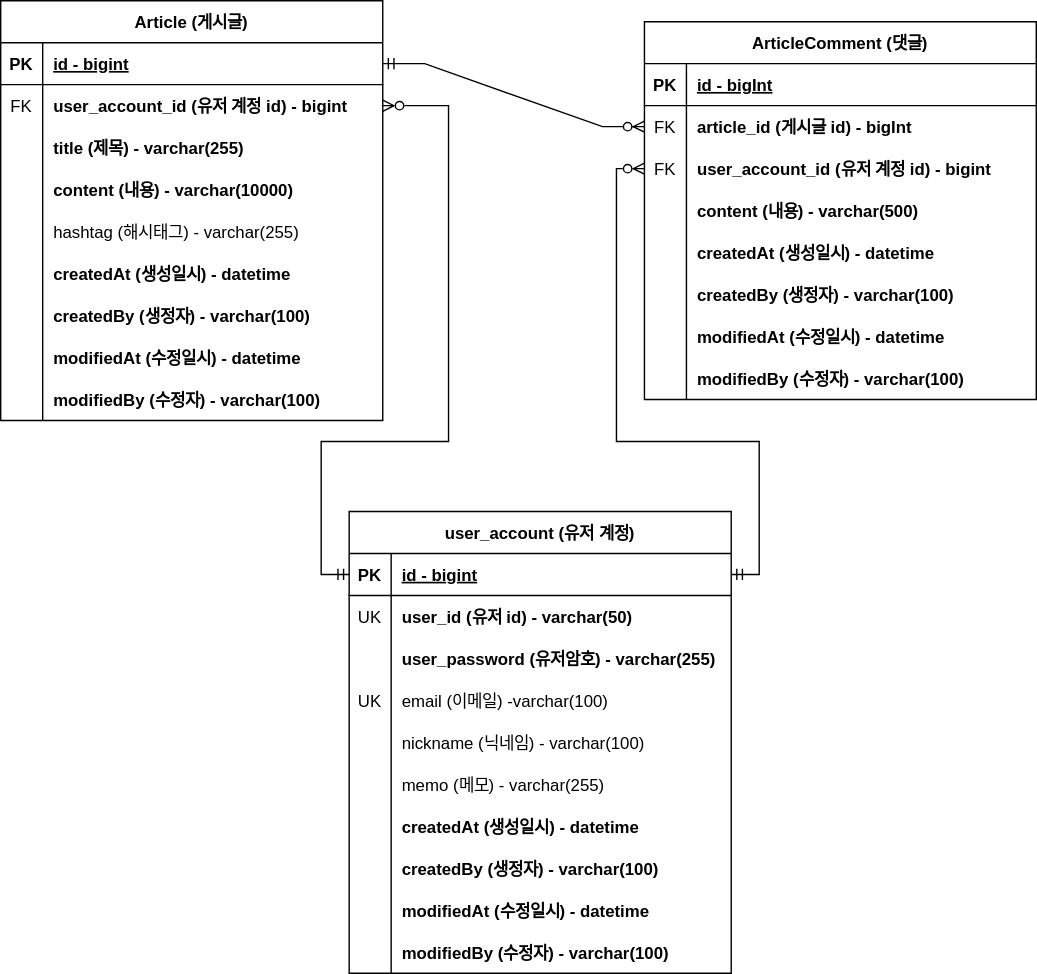
Earlier version of the draw.io export document/project-board-erd.svg (k1064190/fastcampus-project-board). Source tidied: cells renumbered, new cells last; positions are measured from the earlier drawing's top-left corner, leaving out a move shared by most shapes.
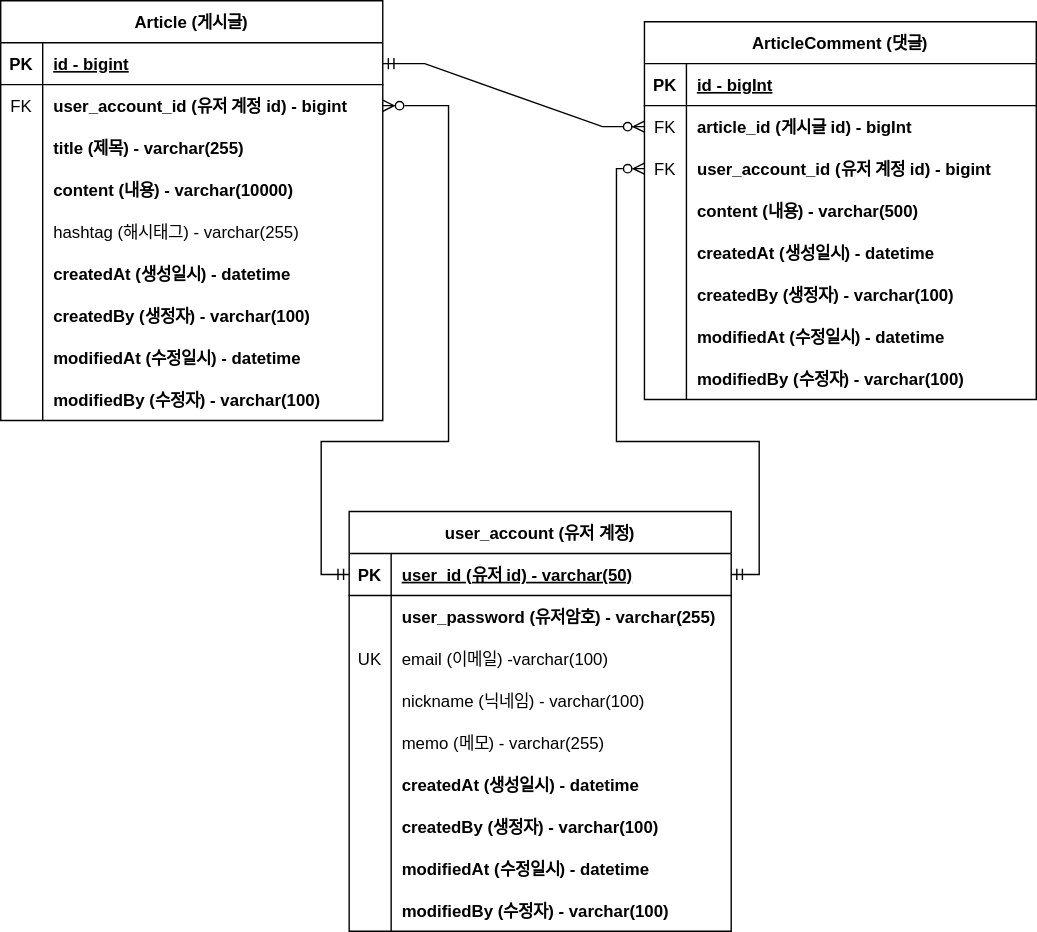
The same file after the commit.

Diff of the diagram source:
```diff
@@ -165,7 +165,7 @@
       <mxGeometry relative="1" as="geometry" />
     </mxCell>
     <mxCell id="56" value="user_account (유저 계정)" style="shape=table;startSize=30;rowLines=0;fontStyle=1;align=center;" parent="1" vertex="1">
-      <mxGeometry x="249" y="365" width="273" height="330" as="geometry" />
+      <mxGeometry x="249" y="365" width="273" height="300" as="geometry" />
     </mxCell>
     <mxCell id="57" style="shape=tableRow;horizontal=0;startSize=0;swimlaneHead=0;swimlaneBody=0;fillColor=none;points=[[0,0.5],[1,0.5]];portConstraint=eastwest;top=0;left=0;right=0;bottom=1;" parent="56" vertex="1">
       <mxGeometry y="30" width="273" height="30" as="geometry" />
@@ -173,20 +173,11 @@
     <mxCell id="58" value="PK" style="shape=partialRectangle;fillColor=none;top=0;left=0;bottom=0;right=0;fontStyle=1;overflow=hidden;" parent="57" vertex="1">
       <mxGeometry width="30" height="30" as="geometry" />
     </mxCell>
-    <mxCell id="59" value="id - bigint" style="shape=partialRectangle;fillColor=none;top=0;left=0;bottom=0;right=0;align=left;spacingLeft=6;fontStyle=5;overflow=hidden;" parent="57" vertex="1">
+    <mxCell id="59" value="user_id (유저 id) - varchar(50)" style="shape=partialRectangle;fillColor=none;top=0;left=0;bottom=0;right=0;align=left;spacingLeft=6;fontStyle=5;overflow=hidden;" parent="57" vertex="1">
       <mxGeometry x="30" width="243" height="30" as="geometry" />
     </mxCell>
-    <mxCell id="60" style="shape=tableRow;horizontal=0;startSize=0;swimlaneHead=0;swimlaneBody=0;fillColor=none;top=0;left=0;right=0;bottom=0;" parent="56" vertex="1">
-      <mxGeometry y="60" width="273" height="30" as="geometry" />
-    </mxCell>
-    <mxCell id="61" value="UK" style="shape=partialRectangle;fillColor=none;top=0;left=0;bottom=0;right=0;overflow=hidden;" parent="60" vertex="1">
-      <mxGeometry width="30" height="30" as="geometry" />
-    </mxCell>
-    <mxCell id="62" value="user_id (유저 id) - varchar(50)" style="shape=partialRectangle;fillColor=none;top=0;left=0;bottom=0;right=0;align=left;spacingLeft=6;overflow=hidden;fontStyle=1;" parent="60" vertex="1">
-      <mxGeometry x="30" width="243" height="30" as="geometry" />
-    </mxCell>
     <mxCell id="63" style="shape=tableRow;horizontal=0;startSize=0;swimlaneHead=0;swimlaneBody=0;fillColor=none;top=0;left=0;right=0;bottom=0;" parent="56" vertex="1">
-      <mxGeometry y="90" width="273" height="30" as="geometry" />
+      <mxGeometry y="60" width="273" height="30" as="geometry" />
     </mxCell>
     <mxCell id="64" style="shape=partialRectangle;fillColor=none;top=0;left=0;bottom=0;right=0;overflow=hidden;" parent="63" vertex="1">
       <mxGeometry width="30" height="30" as="geometry" />
@@ -195,7 +186,7 @@
       <mxGeometry x="30" width="243" height="30" as="geometry" />
     </mxCell>
     <mxCell id="66" style="shape=tableRow;horizontal=0;startSize=0;swimlaneHead=0;swimlaneBody=0;fillColor=none;top=0;left=0;right=0;bottom=0;" parent="56" vertex="1">
-      <mxGeometry y="120" width="273" height="30" as="geometry" />
+      <mxGeometry y="90" width="273" height="30" as="geometry" />
     </mxCell>
     <mxCell id="67" value="UK" style="shape=partialRectangle;fillColor=none;top=0;left=0;bottom=0;right=0;overflow=hidden;" parent="66" vertex="1">
       <mxGeometry width="30" height="30" as="geometry" />
@@ -204,7 +195,7 @@
       <mxGeometry x="30" width="243" height="30" as="geometry" />
     </mxCell>
     <mxCell id="69" style="shape=tableRow;horizontal=0;startSize=0;swimlaneHead=0;swimlaneBody=0;fillColor=none;top=0;left=0;right=0;bottom=0;" parent="56" vertex="1">
-      <mxGeometry y="150" width="273" height="30" as="geometry" />
+      <mxGeometry y="120" width="273" height="30" as="geometry" />
     </mxCell>
     <mxCell id="70" style="shape=partialRectangle;fillColor=none;top=0;left=0;bottom=0;right=0;overflow=hidden;" parent="69" vertex="1">
       <mxGeometry width="30" height="30" as="geometry" />
@@ -213,7 +204,7 @@
       <mxGeometry x="30" width="243" height="30" as="geometry" />
     </mxCell>
     <mxCell id="72" style="shape=tableRow;horizontal=0;startSize=0;swimlaneHead=0;swimlaneBody=0;fillColor=none;top=0;left=0;right=0;bottom=0;" parent="56" vertex="1">
-      <mxGeometry y="180" width="273" height="30" as="geometry" />
+      <mxGeometry y="150" width="273" height="30" as="geometry" />
     </mxCell>
     <mxCell id="73" style="shape=partialRectangle;fillColor=none;top=0;left=0;bottom=0;right=0;overflow=hidden;" parent="72" vertex="1">
       <mxGeometry width="30" height="30" as="geometry" />
@@ -222,7 +213,7 @@
       <mxGeometry x="30" width="243" height="30" as="geometry" />
     </mxCell>
     <mxCell id="75" style="shape=tableRow;horizontal=0;startSize=0;swimlaneHead=0;swimlaneBody=0;fillColor=none;top=0;left=0;right=0;bottom=0;" parent="56" vertex="1">
-      <mxGeometry y="210" width="273" height="30" as="geometry" />
+      <mxGeometry y="180" width="273" height="30" as="geometry" />
     </mxCell>
     <mxCell id="76" style="shape=partialRectangle;fillColor=none;top=0;left=0;bottom=0;right=0;overflow=hidden;" parent="75" vertex="1">
       <mxGeometry width="30" height="30" as="geometry" />
@@ -231,7 +222,7 @@
       <mxGeometry x="30" width="243" height="30" as="geometry" />
     </mxCell>
     <mxCell id="78" style="shape=tableRow;horizontal=0;startSize=0;swimlaneHead=0;swimlaneBody=0;fillColor=none;top=0;left=0;right=0;bottom=0;" parent="56" vertex="1">
-      <mxGeometry y="240" width="273" height="30" as="geometry" />
+      <mxGeometry y="210" width="273" height="30" as="geometry" />
     </mxCell>
     <mxCell id="79" style="shape=partialRectangle;fillColor=none;top=0;left=0;bottom=0;right=0;overflow=hidden;" parent="78" vertex="1">
       <mxGeometry width="30" height="30" as="geometry" />
@@ -240,7 +231,7 @@
       <mxGeometry x="30" width="243" height="30" as="geometry" />
     </mxCell>
     <mxCell id="81" style="shape=tableRow;horizontal=0;startSize=0;swimlaneHead=0;swimlaneBody=0;fillColor=none;top=0;left=0;right=0;bottom=0;" parent="56" vertex="1">
-      <mxGeometry y="270" width="273" height="30" as="geometry" />
+      <mxGeometry y="240" width="273" height="30" as="geometry" />
     </mxCell>
     <mxCell id="82" style="shape=partialRectangle;fillColor=none;top=0;left=0;bottom=0;right=0;overflow=hidden;" parent="81" vertex="1">
       <mxGeometry width="30" height="30" as="geometry" />
@@ -249,7 +240,7 @@
       <mxGeometry x="30" width="243" height="30" as="geometry" />
     </mxCell>
     <mxCell id="84" style="shape=tableRow;horizontal=0;startSize=0;swimlaneHead=0;swimlaneBody=0;fillColor=none;top=0;left=0;right=0;bottom=0;" parent="56" vertex="1">
-      <mxGeometry y="300" width="273" height="30" as="geometry" />
+      <mxGeometry y="270" width="273" height="30" as="geometry" />
     </mxCell>
     <mxCell id="85" style="shape=partialRectangle;fillColor=none;top=0;left=0;bottom=0;right=0;overflow=hidden;" parent="84" vertex="1">
       <mxGeometry width="30" height="30" as="geometry" />
```
